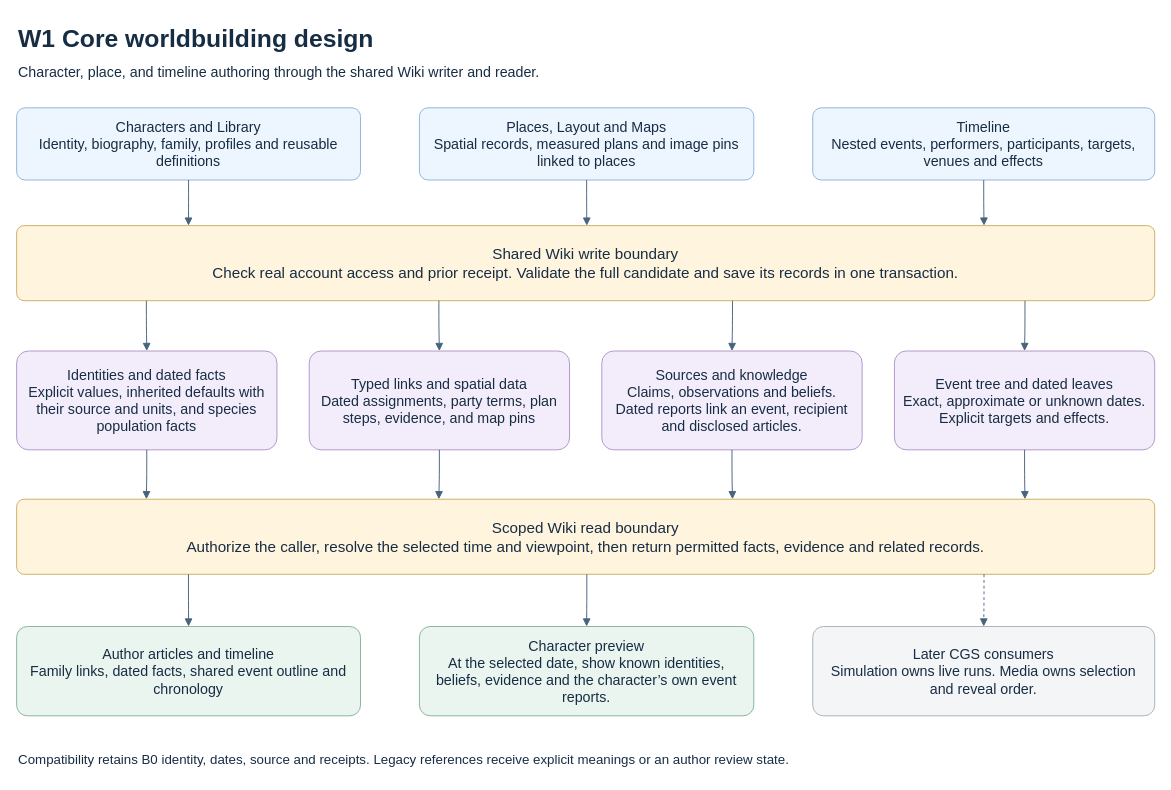
Above: page "W1 Core worldbuilding design" (5 of 17) of docs/CGS_Codex_Local_Handoff/CGS_First_Playable_Architecture.drawio in DEVdaVinci/CGS-v1 (draw.io), before the change. Source tidied: cells renumbered, new cells numbered last; positions are measured from the earlier drawing's top-left corner, leaving out a move shared by most shapes. Both pictures are drawn from the tidied source at 95%, with x=0, y=0 at pixel (16, 16).
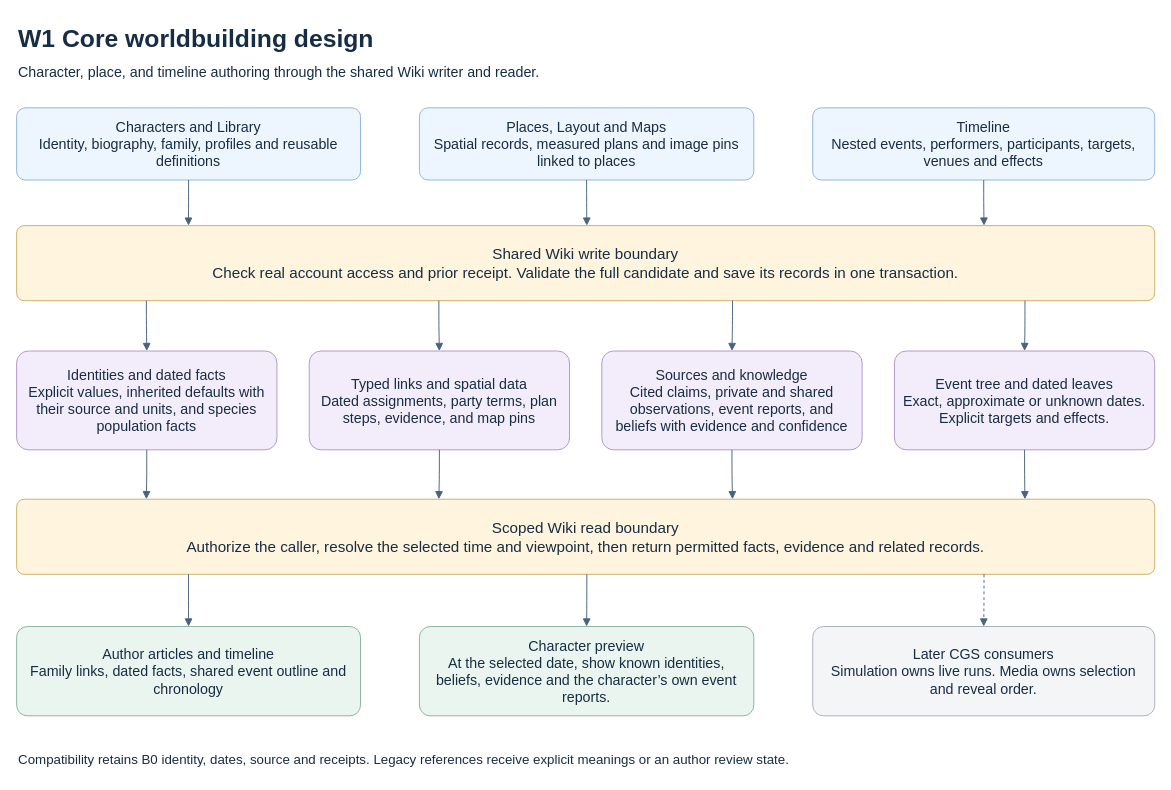
Above is the later version.

The edit, as a diff of the source:
```diff
@@
-    <mxCell id="10" value="Sources and knowledge&#10;Claims, observations and beliefs. Dated reports link an event, recipient and disclosed articles." style="rounded=1;arcSize=12;whiteSpace=wrap;spacing=8;fontSize=15;fillColor=#F3EDFB;strokeColor=#AE96C9;fontColor=#172D43;" parent="1" vertex="1">
+    <mxCell id="10" value="Sources and knowledge&#10;Cited claims, private and shared observations, event reports, and beliefs with evidence and confidence" style="rounded=1;arcSize=12;whiteSpace=wrap;spacing=8;fontSize=15;fillColor=#F3EDFB;strokeColor=#AE96C9;fontColor=#172D43;" parent="1" vertex="1">
       <mxGeometry x="616" y="352" width="274" height="104" as="geometry" />
     </mxCell>
```
